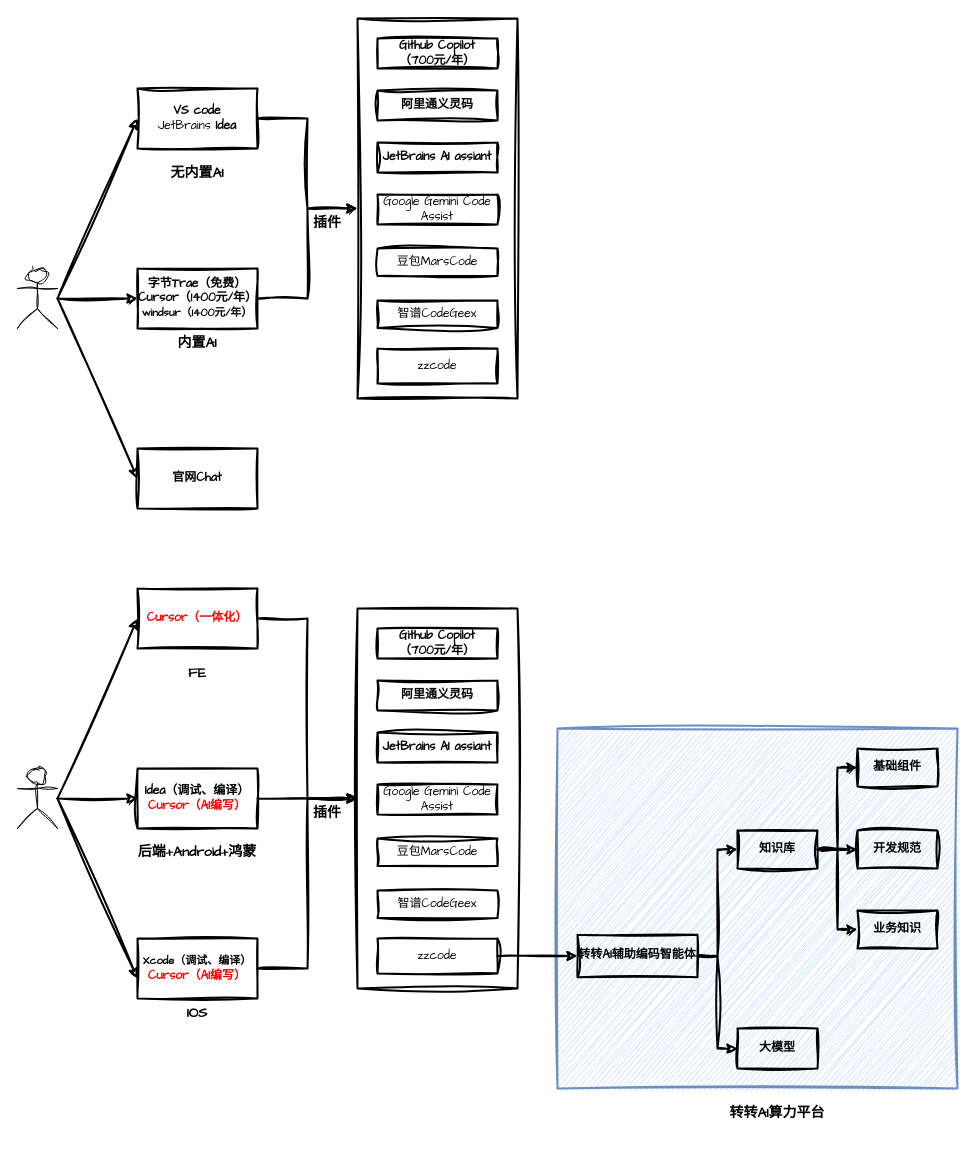
Above: tc/AI工具.drawio in zhuanzhuan-tech/arch-draw-io (draw.io), before the change. Source tidied: cells renumbered, new cells numbered last; positions are measured from the earlier drawing's top-left corner, leaving out a move shared by most shapes. Both pictures are drawn from the tidied source at 100%, with x=0, y=0 at pixel (17, 18).
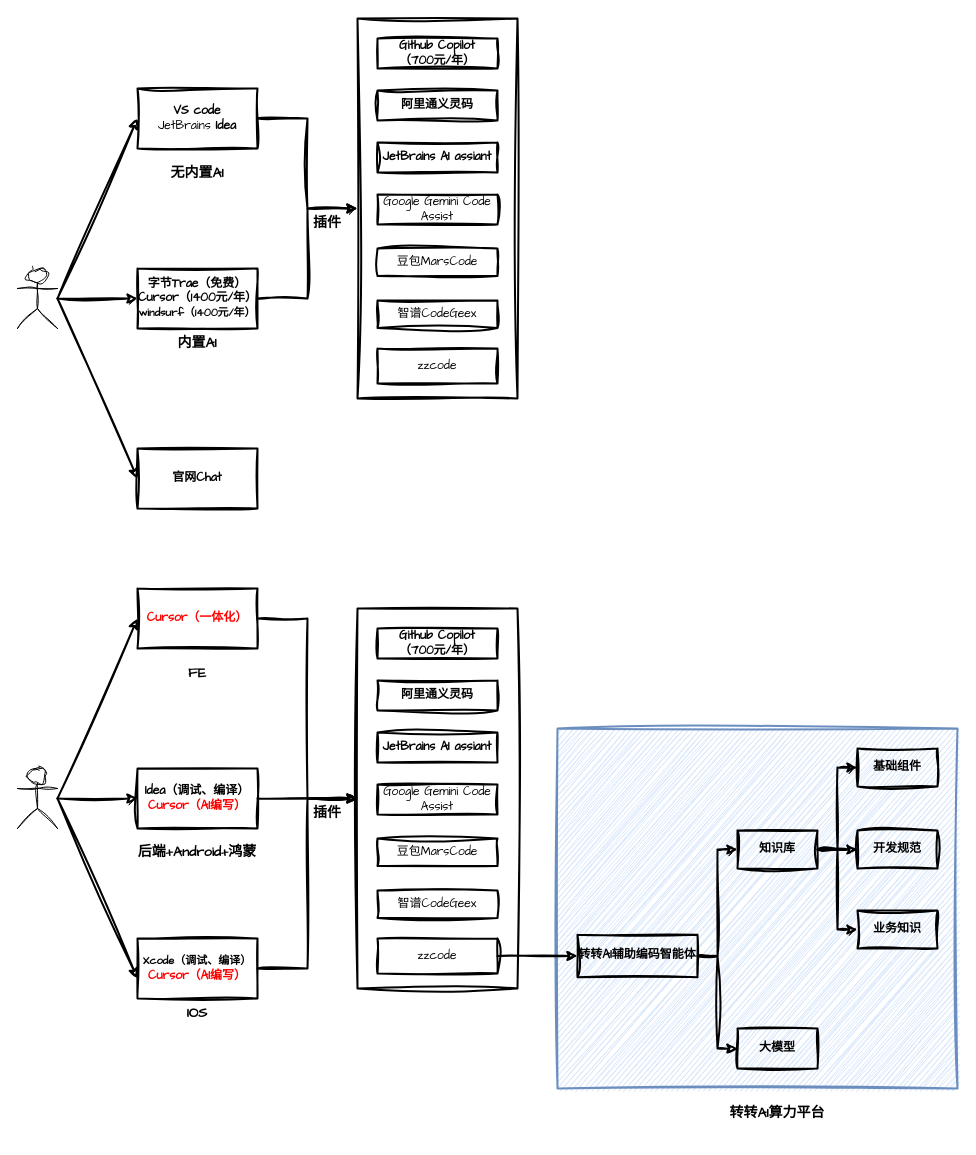
The same page after the edit.

Diff of the diagram source:
```diff
@@
-    <mxCell id="8" value="&lt;b&gt;字节Trae（免费）&lt;/b&gt;&lt;div&gt;&lt;b&gt;Cursor（1400元/年）&lt;/b&gt;&lt;/div&gt;&lt;div&gt;&lt;font style=&quot;font-size: 11px;&quot;&gt;&lt;b&gt;windsur&lt;/b&gt;&lt;b style=&quot;background-color: transparent; color: light-dark(rgb(0, 0, 0), rgb(255, 255, 255));&quot;&gt;（1400元/年）&lt;/b&gt;&lt;/font&gt;&lt;/div&gt;" style="rounded=0;whiteSpace=wrap;html=1;sketch=1;hachureGap=4;jiggle=2;curveFitting=1;fontFamily=Architects Daughter;fillColor=none;strokeWidth=2;" parent="1" vertex="1">
+    <mxCell id="8" value="&lt;b&gt;字节Trae（免费）&lt;/b&gt;&lt;div&gt;&lt;b&gt;Cursor（1400元/年）&lt;/b&gt;&lt;/div&gt;&lt;div&gt;&lt;font style=&quot;font-size: 11px;&quot;&gt;&lt;b&gt;windsurf&lt;/b&gt;&lt;b style=&quot;background-color: transparent; color: light-dark(rgb(0, 0, 0), rgb(255, 255, 255));&quot;&gt;（1400元/年）&lt;/b&gt;&lt;/font&gt;&lt;/div&gt;" style="rounded=0;whiteSpace=wrap;html=1;sketch=1;hachureGap=4;jiggle=2;curveFitting=1;fontFamily=Architects Daughter;fillColor=none;strokeWidth=2;" parent="1" vertex="1">
       <mxGeometry x="120" y="250" width="120" height="60" as="geometry" />
     </mxCell>
```
